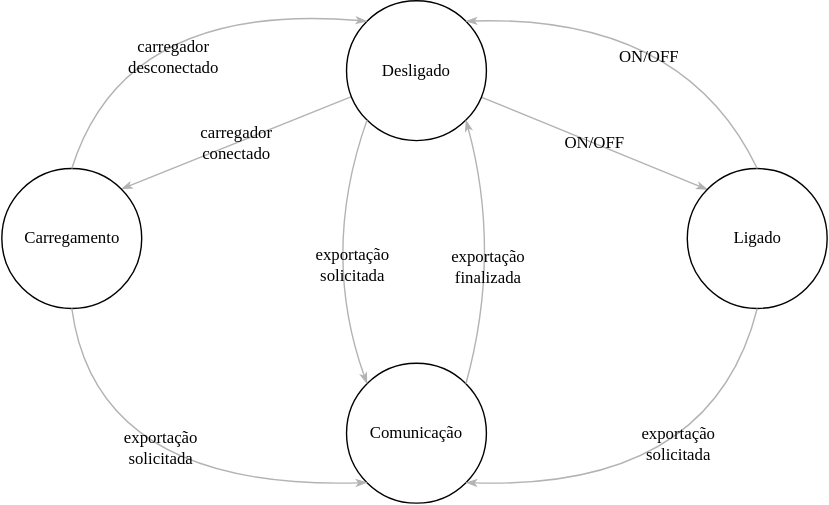
The draw.io diagram projetos/tennistracker/diagrama.svg in teaching-FEEC/ea075-2024.1, before a commit. Source tidied: cells renumbered, new cells last; positions are measured from the earlier drawing's top-left corner, leaving out a move shared by most shapes.
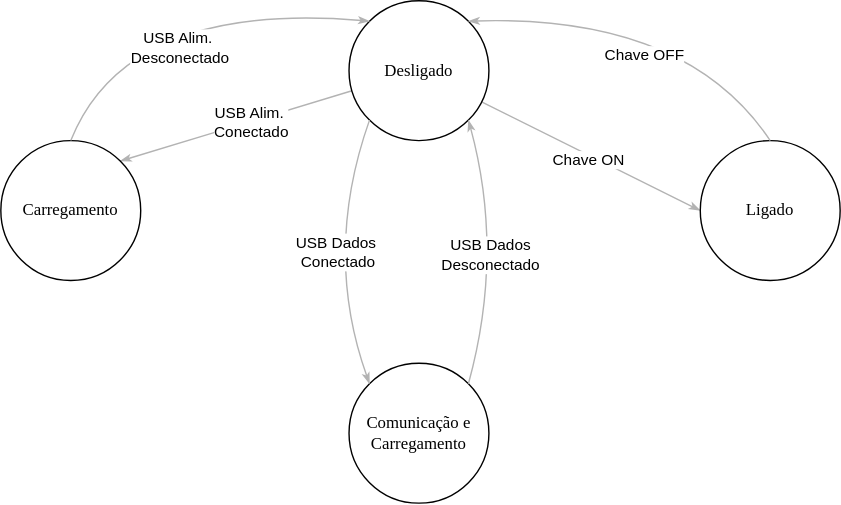
After the change.

What changed in the source:
```diff
@@ -2,67 +2,73 @@
   <root>
     <mxCell id="0" />
     <mxCell id="1" parent="0" />
-    <mxCell id="2" value="carregador&lt;div&gt;&lt;span style=&quot;background-color: initial;&quot;&gt;conectado&lt;/span&gt;&lt;/div&gt;" style="edgeStyle=none;rounded=1;html=1;labelBackgroundColor=none;startArrow=none;startFill=0;startSize=5;endArrow=classicThin;endFill=1;endSize=5;jettySize=auto;strokeColor=#B3B3B3;strokeWidth=1;fontFamily=Verdana;fontSize=12;entryX=1;entryY=0;entryDx=0;entryDy=0;" parent="1" edge="1" source="4" target="7">
+    <mxCell id="2" style="edgeStyle=none;rounded=1;html=1;labelBackgroundColor=none;startArrow=none;startFill=0;startSize=5;endArrow=classicThin;endFill=1;endSize=5;jettySize=auto;strokeColor=#B3B3B3;strokeWidth=1;fontFamily=Verdana;fontSize=12;entryX=1;entryY=0;entryDx=0;entryDy=0;" parent="1" edge="1" source="4" target="7">
       <mxGeometry relative="1" as="geometry" />
     </mxCell>
+    <mxCell id="14" value="USB Alim.&amp;nbsp;&lt;div&gt;Conectado&lt;/div&gt;" style="edgeLabel;html=1;align=center;verticalAlign=middle;" parent="2" vertex="1">
+      <mxGeometry x="-0.12" relative="1" as="geometry" />
+    </mxCell>
-    <mxCell id="3" value="ON/OFF" style="edgeStyle=none;rounded=1;html=1;labelBackgroundColor=none;startArrow=none;startFill=0;startSize=5;endArrow=classicThin;endFill=1;endSize=5;jettySize=auto;strokeColor=#B3B3B3;strokeWidth=1;fontFamily=Verdana;fontSize=12;" parent="1" edge="1" source="4">
-      <mxGeometry relative="1" as="geometry">
-        <mxPoint x="505" y="135" as="targetPoint" />
-      </mxGeometry>
+    <mxCell id="3" style="edgeStyle=none;rounded=1;html=1;labelBackgroundColor=none;startArrow=none;startFill=0;startSize=5;endArrow=classicThin;endFill=1;endSize=5;jettySize=auto;strokeColor=#B3B3B3;strokeWidth=1;fontFamily=Verdana;fontSize=12;entryX=0;entryY=0.5;entryDx=0;entryDy=0;" parent="1" edge="1" source="4" target="5">
+      <mxGeometry relative="1" as="geometry" />
     </mxCell>
+    <mxCell id="15" value="Chave ON" style="edgeLabel;html=1;align=center;verticalAlign=middle;" parent="3" vertex="1">
+      <mxGeometry y="-3" relative="1" as="geometry">
+        <mxPoint x="-1" as="offset" />
+      </mxGeometry>
+    </mxCell>
     <mxCell id="4" value="Desligado" style="ellipse;whiteSpace=wrap;html=1;rounded=0;shadow=0;comic=0;labelBackgroundColor=none;strokeWidth=1;fontFamily=Verdana;fontSize=12;align=center;fillColor=none;verticalAlign=middle;rotation=0;" parent="1" vertex="1">
       <mxGeometry x="246.9" width="100" height="100" as="geometry" />
     </mxCell>
     <mxCell id="5" value="Ligado" style="ellipse;whiteSpace=wrap;html=1;rounded=0;shadow=0;comic=0;labelBackgroundColor=none;strokeWidth=1;fontFamily=Verdana;fontSize=12;align=center;fillColor=none;rotation=0;strokeColor=default;" parent="1" vertex="1">
-      <mxGeometry x="490.5" y="120" width="100" height="100" as="geometry" />
+      <mxGeometry x="498" y="100" width="100" height="100" as="geometry" />
     </mxCell>
-    <mxCell id="6" value="Comunicação" style="ellipse;whiteSpace=wrap;html=1;rounded=0;shadow=0;comic=0;labelBackgroundColor=none;strokeWidth=1;fontFamily=Verdana;fontSize=12;align=center;fillColor=none;rotation=0;" parent="1" vertex="1">
+    <mxCell id="6" value="Comunicação e Carregamento" style="ellipse;whiteSpace=wrap;html=1;rounded=0;shadow=0;comic=0;labelBackgroundColor=none;strokeWidth=1;fontFamily=Verdana;fontSize=12;align=center;fillColor=none;rotation=0;" parent="1" vertex="1">
       <mxGeometry x="246.9" y="259.2" width="100" height="100" as="geometry" />
     </mxCell>
     <mxCell id="7" value="&lt;span&gt;Carregamento&lt;/span&gt;" style="ellipse;whiteSpace=wrap;html=1;rounded=0;shadow=0;comic=0;labelBackgroundColor=none;strokeWidth=1;fontFamily=Verdana;fontSize=12;align=center;fillColor=none;rotation=0;" parent="1" vertex="1">
-      <mxGeometry x="0.5" y="120" width="100" height="100" as="geometry" />
+      <mxGeometry x="-2" y="100" width="100" height="100" as="geometry" />
     </mxCell>
-    <mxCell id="8" value="exportação&lt;div&gt;solicitada&lt;/div&gt;" style="edgeStyle=none;rounded=0;html=1;labelBackgroundColor=none;startArrow=none;startFill=0;startSize=5;endArrow=classicThin;endFill=1;endSize=5;jettySize=auto;strokeColor=#B3B3B3;strokeWidth=1;fontFamily=Verdana;fontSize=12;exitX=0.5;exitY=1;exitDx=0;exitDy=0;entryX=0;entryY=1;entryDx=0;entryDy=0;curved=1;" parent="1" edge="1" source="7" target="6">
-      <mxGeometry x="0.1" y="29" relative="1" as="geometry">
-        <Array as="points">
-          <mxPoint x="68" y="350" />
-        </Array>
-      </mxGeometry>
-    </mxCell>
-    <mxCell id="9" value="ON/OFF" style="edgeStyle=none;rounded=0;html=1;labelBackgroundColor=none;startArrow=none;startFill=0;startSize=5;endArrow=classicThin;endFill=1;endSize=5;jettySize=auto;strokeColor=#B3B3B3;strokeWidth=1;fontFamily=Verdana;fontSize=12;entryX=1;entryY=0;entryDx=0;entryDy=0;exitX=0.5;exitY=0;exitDx=0;exitDy=0;curved=1;" parent="1" edge="1" source="5" target="4">
+    <mxCell id="9" style="edgeStyle=none;rounded=0;html=1;labelBackgroundColor=none;startArrow=none;startFill=0;startSize=5;endArrow=classicThin;endFill=1;endSize=5;jettySize=auto;strokeColor=#B3B3B3;strokeWidth=1;fontFamily=Verdana;fontSize=12;entryX=1;entryY=0;entryDx=0;entryDy=0;exitX=0.5;exitY=0;exitDx=0;exitDy=0;curved=1;" parent="1" edge="1" source="5" target="4">
       <mxGeometry x="0.07" y="29" relative="1" as="geometry">
         <Array as="points">
           <mxPoint x="488" y="10" />
         </Array>
       </mxGeometry>
     </mxCell>
+    <mxCell id="16" value="Chave OFF" style="edgeLabel;html=1;align=center;verticalAlign=middle;" parent="9" vertex="1">
+      <mxGeometry x="0.06" y="28" relative="1" as="geometry" />
+    </mxCell>
-    <mxCell id="10" value="carregador&lt;div&gt;desconectado&lt;/div&gt;" style="edgeStyle=none;rounded=0;html=1;labelBackgroundColor=none;startArrow=none;startFill=0;startSize=5;endArrow=classicThin;endFill=1;endSize=5;jettySize=auto;strokeColor=#B3B3B3;strokeWidth=1;fontFamily=Verdana;fontSize=12;entryX=0;entryY=0;entryDx=0;entryDy=0;exitX=0.5;exitY=0;exitDx=0;exitDy=0;curved=1;" parent="1" edge="1" source="7" target="4">
+    <mxCell id="10" style="edgeStyle=none;rounded=0;html=1;labelBackgroundColor=none;startArrow=none;startFill=0;startSize=5;endArrow=classicThin;endFill=1;endSize=5;jettySize=auto;strokeColor=#B3B3B3;strokeWidth=1;fontFamily=Verdana;fontSize=12;entryX=0;entryY=0;entryDx=0;entryDy=0;exitX=0.5;exitY=0;exitDx=0;exitDy=0;curved=1;" parent="1" edge="1" source="7" target="4">
       <mxGeometry x="0.09" y="-37" relative="1" as="geometry">
         <Array as="points">
           <mxPoint x="88" />
         </Array>
       </mxGeometry>
     </mxCell>
+    <mxCell id="17" value="USB Alim.&amp;nbsp;&lt;div&gt;Desconectado&lt;/div&gt;" style="edgeLabel;html=1;align=center;verticalAlign=middle;" parent="10" vertex="1">
+      <mxGeometry x="0.05" y="-30" relative="1" as="geometry" />
+    </mxCell>
-    <mxCell id="11" value="exportação&lt;div&gt;solicitada&lt;/div&gt;" style="edgeStyle=none;rounded=0;html=1;labelBackgroundColor=none;startArrow=none;startFill=0;startSize=5;endArrow=classicThin;endFill=1;endSize=5;jettySize=auto;strokeColor=#B3B3B3;strokeWidth=1;fontFamily=Verdana;fontSize=12;entryX=0;entryY=0;entryDx=0;entryDy=0;exitX=0;exitY=1;exitDx=0;exitDy=0;curved=1;" parent="1" edge="1" source="4" target="6">
+    <mxCell id="11" style="edgeStyle=none;rounded=0;html=1;labelBackgroundColor=none;startArrow=none;startFill=0;startSize=5;endArrow=classicThin;endFill=1;endSize=5;jettySize=auto;strokeColor=#B3B3B3;strokeWidth=1;fontFamily=Verdana;fontSize=12;entryX=0;entryY=0;entryDx=0;entryDy=0;exitX=0;exitY=1;exitDx=0;exitDy=0;curved=1;" parent="1" edge="1" source="4" target="6">
       <mxGeometry x="0.17" y="19" relative="1" as="geometry">
         <Array as="points">
           <mxPoint x="228" y="180" />
         </Array>
       </mxGeometry>
     </mxCell>
+    <mxCell id="18" value="USB Dados&amp;nbsp;&lt;div&gt;Conectado&lt;/div&gt;" style="edgeLabel;html=1;align=center;verticalAlign=middle;" parent="11" vertex="1">
+      <mxGeometry x="-0.07" y="18" relative="1" as="geometry">
+        <mxPoint x="-9" as="offset" />
+      </mxGeometry>
+    </mxCell>
-    <mxCell id="12" value="exportação&lt;div&gt;finalizada&lt;/div&gt;" style="edgeStyle=none;rounded=0;html=1;labelBackgroundColor=none;startArrow=none;startFill=0;startSize=5;endArrow=classicThin;endFill=1;endSize=5;jettySize=auto;strokeColor=#B3B3B3;strokeWidth=1;fontFamily=Verdana;fontSize=12;exitX=1;exitY=0;exitDx=0;exitDy=0;curved=1;entryX=1;entryY=1;entryDx=0;entryDy=0;" parent="1" edge="1" source="6" target="4">
+    <mxCell id="12" style="edgeStyle=none;rounded=0;html=1;labelBackgroundColor=none;startArrow=none;startFill=0;startSize=5;endArrow=classicThin;endFill=1;endSize=5;jettySize=auto;strokeColor=#B3B3B3;strokeWidth=1;fontFamily=Verdana;fontSize=12;exitX=1;exitY=0;exitDx=0;exitDy=0;curved=1;entryX=1;entryY=1;entryDx=0;entryDy=0;" parent="1" edge="1" source="6" target="4">
       <mxGeometry x="-0.13" y="7" relative="1" as="geometry">
         <Array as="points">
           <mxPoint x="358" y="180" />
         </Array>
       </mxGeometry>
     </mxCell>
-    <mxCell id="13" value="exportação&lt;div&gt;solicitada&lt;/div&gt;" style="edgeStyle=none;rounded=0;html=1;labelBackgroundColor=none;startArrow=none;startFill=0;startSize=5;endArrow=classicThin;endFill=1;endSize=5;jettySize=auto;strokeColor=#B3B3B3;strokeWidth=1;fontFamily=Verdana;fontSize=12;exitX=0.5;exitY=1;exitDx=0;exitDy=0;entryX=1;entryY=1;entryDx=0;entryDy=0;curved=1;" parent="1" edge="1" source="5" target="6">
-      <mxGeometry x="-0.31" y="-31" relative="1" as="geometry">
-        <Array as="points">
-          <mxPoint x="508" y="350" />
-        </Array>
-      </mxGeometry>
-    </mxCell>
+    <mxCell id="19" value="USB Dados&lt;div&gt;Desconectado&lt;/div&gt;" style="edgeLabel;html=1;align=center;verticalAlign=middle;" parent="12" vertex="1">
+      <mxGeometry x="-0.04" y="10" relative="1" as="geometry" />
+    </mxCell>
   </root>
 </mxGraphModel>
```
